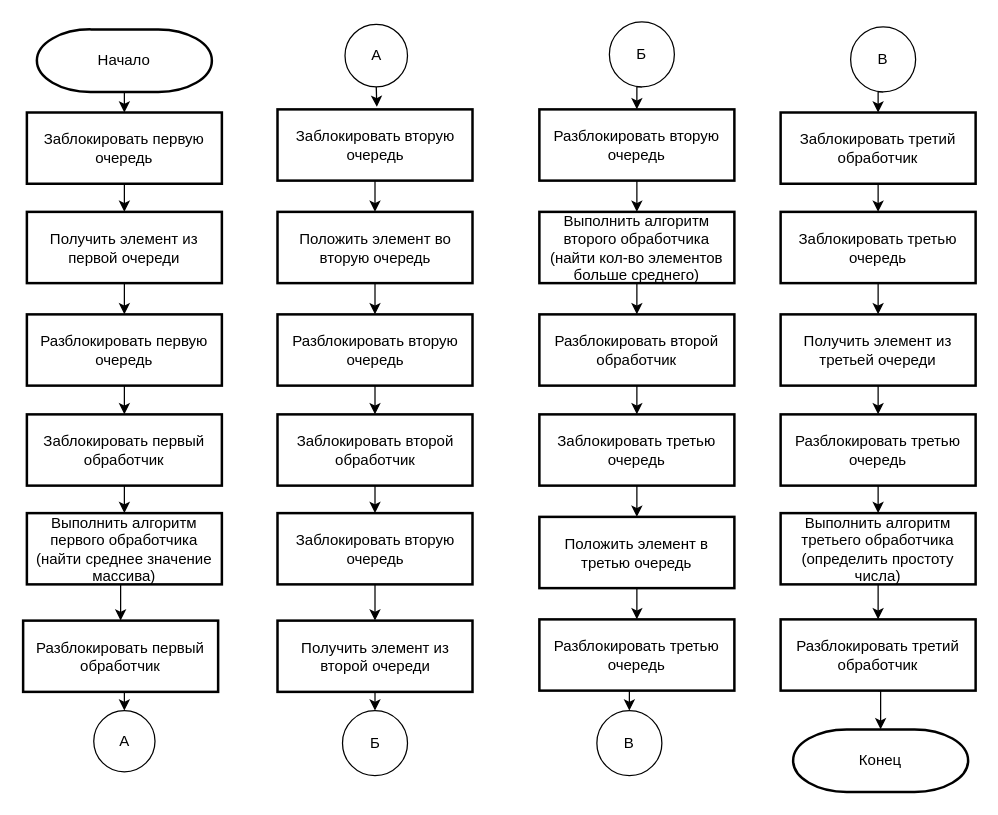
This is page "Конвейер" (2 of 3) of lab_05/conv.drawio from kpirap18/BMSTU-AA-sem5, a draw.io file, before an edit. Source tidied: cells renumbered, new cells numbered last; positions are measured from the earlier drawing's top-left corner, leaving out a move shared by most shapes. Both pictures are drawn from the tidied source at 125%, with x=0, y=0 at pixel (22, 21).
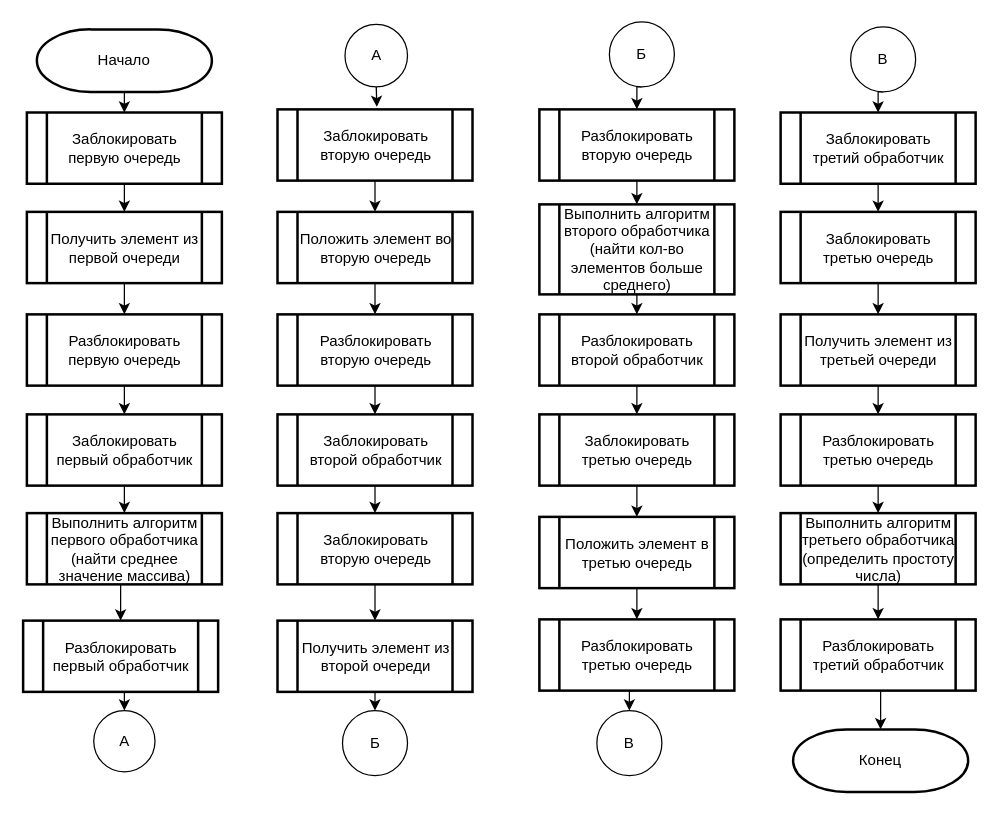
The same page after the edit.

Diff of the diagram source:
```diff
@@
-    <mxCell id="5" value="Заблокировать первую очередь" style="rounded=0;whiteSpace=wrap;html=1;strokeWidth=2;" parent="1" vertex="1">
+    <mxCell id="5" value="Заблокировать первую очередь" style="shape=process;whiteSpace=wrap;html=1;backgroundOutline=1;strokeWidth=2;" parent="1" vertex="1">
       <mxGeometry x="3" y="72.5" width="156" height="57" as="geometry" />
     </mxCell>
@@
-    <mxCell id="9" value="Получить элемент из первой очереди" style="rounded=0;whiteSpace=wrap;html=1;strokeWidth=2;" parent="1" vertex="1">
+    <mxCell id="9" value="Получить элемент из первой очереди" style="shape=process;whiteSpace=wrap;html=1;backgroundOutline=1;strokeWidth=2;" parent="1" vertex="1">
       <mxGeometry x="3" y="152" width="156" height="57" as="geometry" />
     </mxCell>
@@
-    <mxCell id="11" value="Разблокировать первую очередь" style="rounded=0;whiteSpace=wrap;html=1;strokeWidth=2;" parent="1" vertex="1">
+    <mxCell id="11" value="Разблокировать первую очередь" style="shape=process;whiteSpace=wrap;html=1;backgroundOutline=1;strokeWidth=2;" parent="1" vertex="1">
       <mxGeometry x="3" y="234" width="156" height="57" as="geometry" />
     </mxCell>
@@
-    <mxCell id="13" value="Заблокировать первый обработчик" style="rounded=0;whiteSpace=wrap;html=1;strokeWidth=2;" parent="1" vertex="1">
+    <mxCell id="13" value="Заблокировать первый обработчик" style="shape=process;whiteSpace=wrap;html=1;backgroundOutline=1;strokeWidth=2;" parent="1" vertex="1">
       <mxGeometry x="3" y="314" width="156" height="57" as="geometry" />
     </mxCell>
@@
-    <mxCell id="15" value="Выполнить алгоритм первого обработчика&lt;br&gt;(найти среднее значение массива)" style="rounded=0;whiteSpace=wrap;html=1;strokeWidth=2;" parent="1" vertex="1">
+    <mxCell id="15" value="Выполнить алгоритм первого обработчика&lt;br&gt;(найти среднее значение массива)" style="shape=process;whiteSpace=wrap;html=1;backgroundOutline=1;strokeWidth=2;" parent="1" vertex="1">
       <mxGeometry x="3" y="393" width="156" height="57" as="geometry" />
     </mxCell>
@@
-    <mxCell id="17" value="Разблокировать первый обработчик" style="rounded=0;whiteSpace=wrap;html=1;strokeWidth=2;" parent="1" vertex="1">
+    <mxCell id="17" value="Разблокировать первый обработчик" style="shape=process;whiteSpace=wrap;html=1;backgroundOutline=1;strokeWidth=2;" parent="1" vertex="1">
       <mxGeometry y="479" width="156" height="57" as="geometry" />
     </mxCell>
@@
-    <mxCell id="21" value="Заблокировать вторую очередь" style="rounded=0;whiteSpace=wrap;html=1;strokeWidth=2;" parent="1" vertex="1">
+    <mxCell id="21" value="Заблокировать вторую очередь" style="shape=process;whiteSpace=wrap;html=1;backgroundOutline=1;strokeWidth=2;" parent="1" vertex="1">
       <mxGeometry x="203.5" y="70" width="156" height="57" as="geometry" />
     </mxCell>
@@
-    <mxCell id="23" value="Положить элемент во вторую очередь" style="rounded=0;whiteSpace=wrap;html=1;strokeWidth=2;" parent="1" vertex="1">
+    <mxCell id="23" value="Положить элемент во вторую очередь" style="shape=process;whiteSpace=wrap;html=1;backgroundOutline=1;strokeWidth=2;" parent="1" vertex="1">
       <mxGeometry x="203.5" y="152" width="156" height="57" as="geometry" />
     </mxCell>
@@
-    <mxCell id="25" value="Разблокировать вторую очередь" style="rounded=0;whiteSpace=wrap;html=1;strokeWidth=2;" parent="1" vertex="1">
+    <mxCell id="25" value="Разблокировать вторую очередь" style="shape=process;whiteSpace=wrap;html=1;backgroundOutline=1;strokeWidth=2;" parent="1" vertex="1">
       <mxGeometry x="203.5" y="234" width="156" height="57" as="geometry" />
     </mxCell>
@@
-    <mxCell id="27" value="Заблокировать второй обработчик" style="rounded=0;whiteSpace=wrap;html=1;strokeWidth=2;" parent="1" vertex="1">
+    <mxCell id="27" value="Заблокировать второй обработчик" style="shape=process;whiteSpace=wrap;html=1;backgroundOutline=1;strokeWidth=2;" parent="1" vertex="1">
       <mxGeometry x="203.5" y="314" width="156" height="57" as="geometry" />
     </mxCell>
@@
-    <mxCell id="29" value="Выполнить алгоритм второго обработчика (найти кол-во элементов больше среднего)" style="rounded=0;whiteSpace=wrap;html=1;strokeWidth=2;" parent="1" vertex="1">
-      <mxGeometry x="413" y="152" width="156" height="57" as="geometry" />
+    <mxCell id="29" value="Выполнить алгоритм второго обработчика (найти кол-во элементов больше среднего)" style="shape=process;whiteSpace=wrap;html=1;backgroundOutline=1;strokeWidth=2;" parent="1" vertex="1">
+      <mxGeometry x="413" y="146" width="156" height="72" as="geometry" />
     </mxCell>
@@
-    <mxCell id="31" value="Разблокировать второй обработчик" style="rounded=0;whiteSpace=wrap;html=1;strokeWidth=2;" parent="1" vertex="1">
+    <mxCell id="31" value="Разблокировать второй обработчик" style="shape=process;whiteSpace=wrap;html=1;backgroundOutline=1;strokeWidth=2;" parent="1" vertex="1">
       <mxGeometry x="413" y="234" width="156" height="57" as="geometry" />
     </mxCell>
@@
-    <mxCell id="33" value="Заблокировать вторую очередь" style="rounded=0;whiteSpace=wrap;html=1;strokeWidth=2;" parent="1" vertex="1">
+    <mxCell id="33" value="Заблокировать вторую очередь" style="shape=process;whiteSpace=wrap;html=1;backgroundOutline=1;strokeWidth=2;" parent="1" vertex="1">
       <mxGeometry x="203.5" y="393" width="156" height="57" as="geometry" />
     </mxCell>
@@
-    <mxCell id="35" value="Получить элемент из второй очереди" style="rounded=0;whiteSpace=wrap;html=1;strokeWidth=2;" parent="1" vertex="1">
+    <mxCell id="35" value="Получить элемент из второй очереди" style="shape=process;whiteSpace=wrap;html=1;backgroundOutline=1;strokeWidth=2;" parent="1" vertex="1">
       <mxGeometry x="203.5" y="479" width="156" height="57" as="geometry" />
     </mxCell>
@@
-    <mxCell id="37" value="Разблокировать вторую очередь" style="rounded=0;whiteSpace=wrap;html=1;strokeWidth=2;" parent="1" vertex="1">
+    <mxCell id="37" value="Разблокировать вторую очередь" style="shape=process;whiteSpace=wrap;html=1;backgroundOutline=1;strokeWidth=2;" parent="1" vertex="1">
       <mxGeometry x="413" y="70" width="156" height="57" as="geometry" />
     </mxCell>
@@
-    <mxCell id="39" value="Заблокировать третью очередь" style="rounded=0;whiteSpace=wrap;html=1;strokeWidth=2;" parent="1" vertex="1">
+    <mxCell id="39" value="Заблокировать третью очередь" style="shape=process;whiteSpace=wrap;html=1;backgroundOutline=1;strokeWidth=2;" parent="1" vertex="1">
       <mxGeometry x="413" y="314" width="156" height="57" as="geometry" />
     </mxCell>
@@
-    <mxCell id="41" value="Положить элемент в третью очередь" style="rounded=0;whiteSpace=wrap;html=1;strokeWidth=2;" parent="1" vertex="1">
+    <mxCell id="41" value="Положить элемент в третью очередь" style="shape=process;whiteSpace=wrap;html=1;backgroundOutline=1;strokeWidth=2;" parent="1" vertex="1">
       <mxGeometry x="413" y="396" width="156" height="57" as="geometry" />
     </mxCell>
@@
-    <mxCell id="43" value="Разблокировать третью очередь" style="rounded=0;whiteSpace=wrap;html=1;strokeWidth=2;" parent="1" vertex="1">
+    <mxCell id="43" value="Разблокировать третью очередь" style="shape=process;whiteSpace=wrap;html=1;backgroundOutline=1;strokeWidth=2;" parent="1" vertex="1">
       <mxGeometry x="413" y="478" width="156" height="57" as="geometry" />
     </mxCell>
@@
-    <mxCell id="45" value="Заблокировать третий обработчик" style="rounded=0;whiteSpace=wrap;html=1;strokeWidth=2;" parent="1" vertex="1">
+    <mxCell id="45" value="Заблокировать третий обработчик" style="shape=process;whiteSpace=wrap;html=1;backgroundOutline=1;strokeWidth=2;" parent="1" vertex="1">
       <mxGeometry x="606" y="72.5" width="156" height="57" as="geometry" />
     </mxCell>
@@
-    <mxCell id="47" value="Заблокировать третью очередь" style="rounded=0;whiteSpace=wrap;html=1;strokeWidth=2;" parent="1" vertex="1">
+    <mxCell id="47" value="Заблокировать третью очередь" style="shape=process;whiteSpace=wrap;html=1;backgroundOutline=1;strokeWidth=2;" parent="1" vertex="1">
       <mxGeometry x="606" y="152" width="156" height="57" as="geometry" />
     </mxCell>
@@
-    <mxCell id="49" value="Получить элемент из третьей очереди" style="rounded=0;whiteSpace=wrap;html=1;strokeWidth=2;" parent="1" vertex="1">
+    <mxCell id="49" value="Получить элемент из третьей очереди" style="shape=process;whiteSpace=wrap;html=1;backgroundOutline=1;strokeWidth=2;" parent="1" vertex="1">
       <mxGeometry x="606" y="234" width="156" height="57" as="geometry" />
     </mxCell>
@@
-    <mxCell id="51" value="Разблокировать третью очередь" style="rounded=0;whiteSpace=wrap;html=1;strokeWidth=2;" parent="1" vertex="1">
+    <mxCell id="51" value="Разблокировать третью очередь" style="shape=process;whiteSpace=wrap;html=1;backgroundOutline=1;strokeWidth=2;" parent="1" vertex="1">
       <mxGeometry x="606" y="314" width="156" height="57" as="geometry" />
     </mxCell>
@@
-    <mxCell id="53" value="Выполнить алгоритм третьего обработчика (определить простоту числа)" style="rounded=0;whiteSpace=wrap;html=1;strokeWidth=2;" parent="1" vertex="1">
+    <mxCell id="53" value="Выполнить алгоритм третьего обработчика (определить простоту числа)" style="shape=process;whiteSpace=wrap;html=1;backgroundOutline=1;strokeWidth=2;" parent="1" vertex="1">
       <mxGeometry x="606" y="393" width="156" height="57" as="geometry" />
     </mxCell>
@@
-    <mxCell id="55" value="Разблокировать третий обработчик" style="rounded=0;whiteSpace=wrap;html=1;strokeWidth=2;" parent="1" vertex="1">
+    <mxCell id="55" value="Разблокировать третий обработчик" style="shape=process;whiteSpace=wrap;html=1;backgroundOutline=1;strokeWidth=2;" parent="1" vertex="1">
       <mxGeometry x="606" y="478" width="156" height="57" as="geometry" />
     </mxCell>
```
